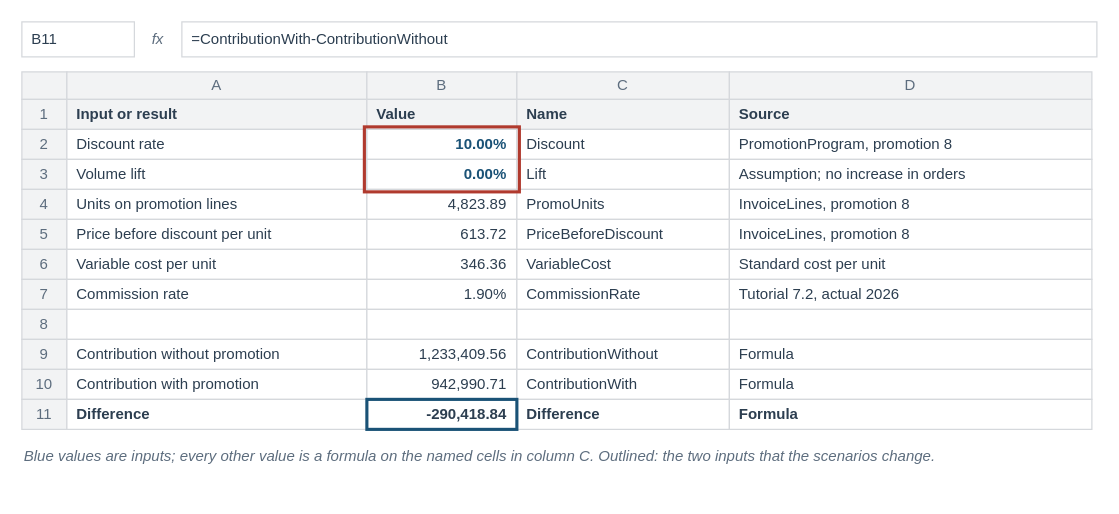
mmcodesso/Accounting_Analytics_Book keeps this draw.io diagram as visuals/src/fig-07-07-promotion-model.drawio. Above is the earlier version. Source tidied: cells renumbered, new cells numbered last; positions are measured from the earlier drawing's top-left corner, leaving out a move shared by most shapes. Both pictures are drawn from the tidied source at 125%, with x=0, y=0 at pixel (21, 21).
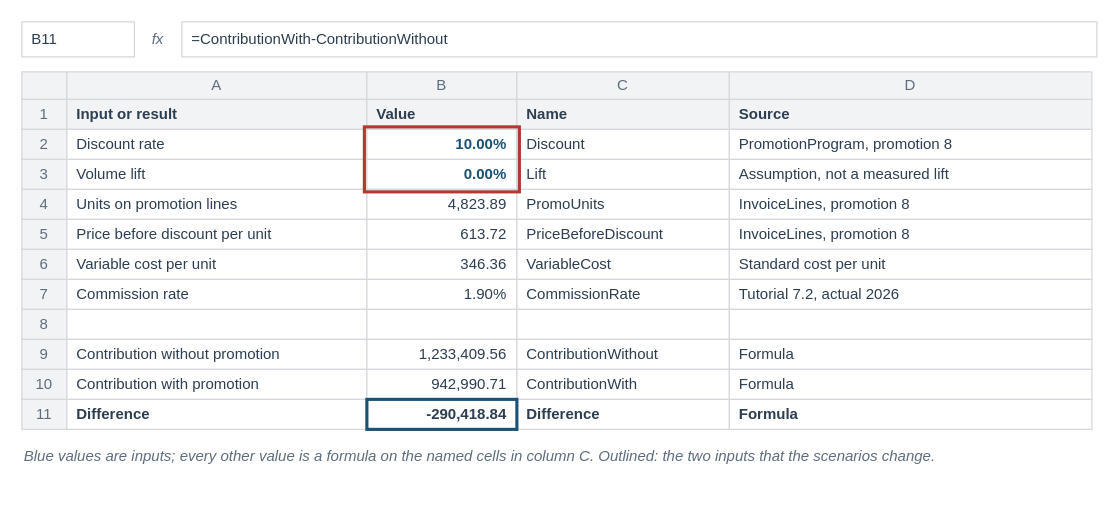
After the change.

Diff of the diagram source:
```diff
@@
-    <mxCell id="25" value="Assumption; no increase in orders" style="rounded=0;arcSize=6;whiteSpace=wrap;html=1;fillColor=#FFFFFF;strokeColor=#D5D8DC;strokeWidth=1;fontColor=#2C3E50;fontSize=12;fontStyle=0;align=left;verticalAlign=middle;fontFamily=Helvetica;spacingLeft=6;spacingRight=6;" parent="1" vertex="1">
+    <mxCell id="25" value="Assumption, not a measured lift" style="rounded=0;arcSize=6;whiteSpace=wrap;html=1;fillColor=#FFFFFF;strokeColor=#D5D8DC;strokeWidth=1;fontColor=#2C3E50;fontSize=12;fontStyle=0;align=left;verticalAlign=middle;fontFamily=Helvetica;spacingLeft=6;spacingRight=6;" parent="1" vertex="1">
       <mxGeometry x="566" y="110" width="290" height="24" as="geometry" />
     </mxCell>
```
